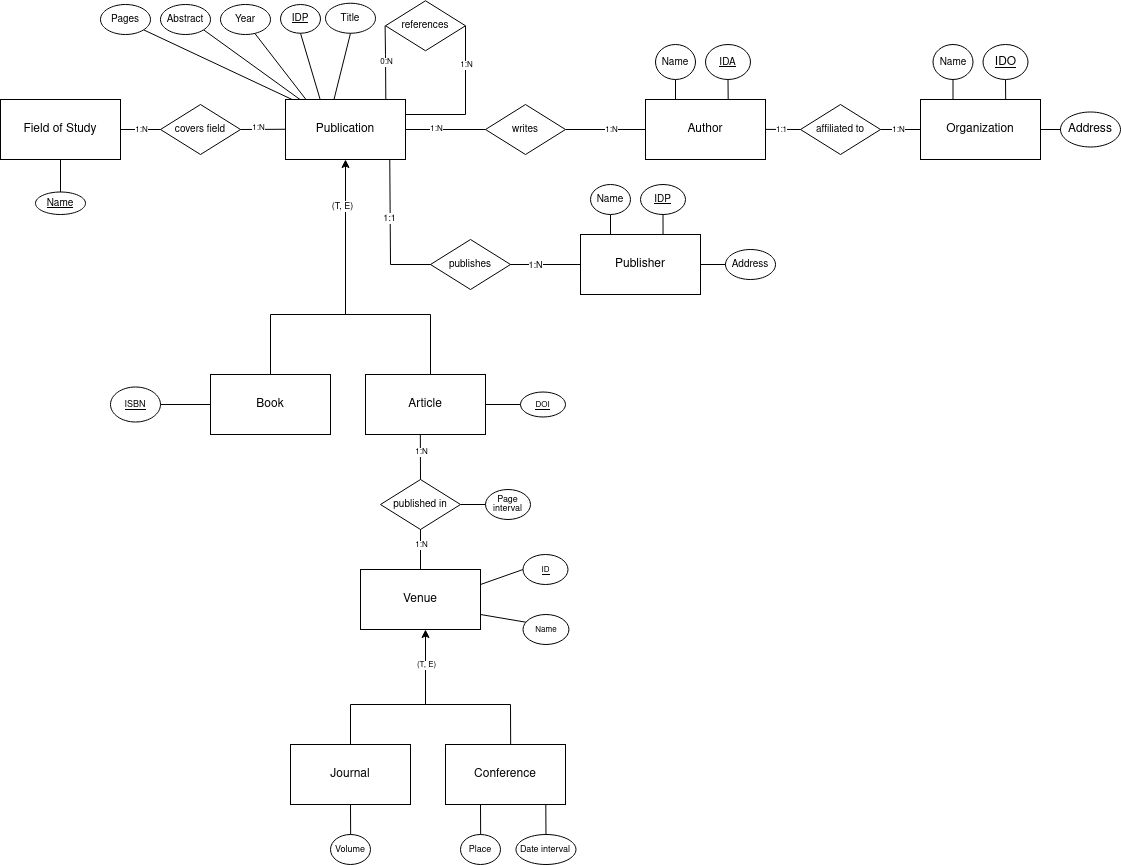
Before: schemas/ER_def.drawio.png, a diagram exported from draw.io (Eliaxie/SMBUD-NoSQL-Project). Source tidied: cells renumbered, new cells last; positions are measured from the earlier drawing's top-left corner, leaving out a move shared by most shapes.
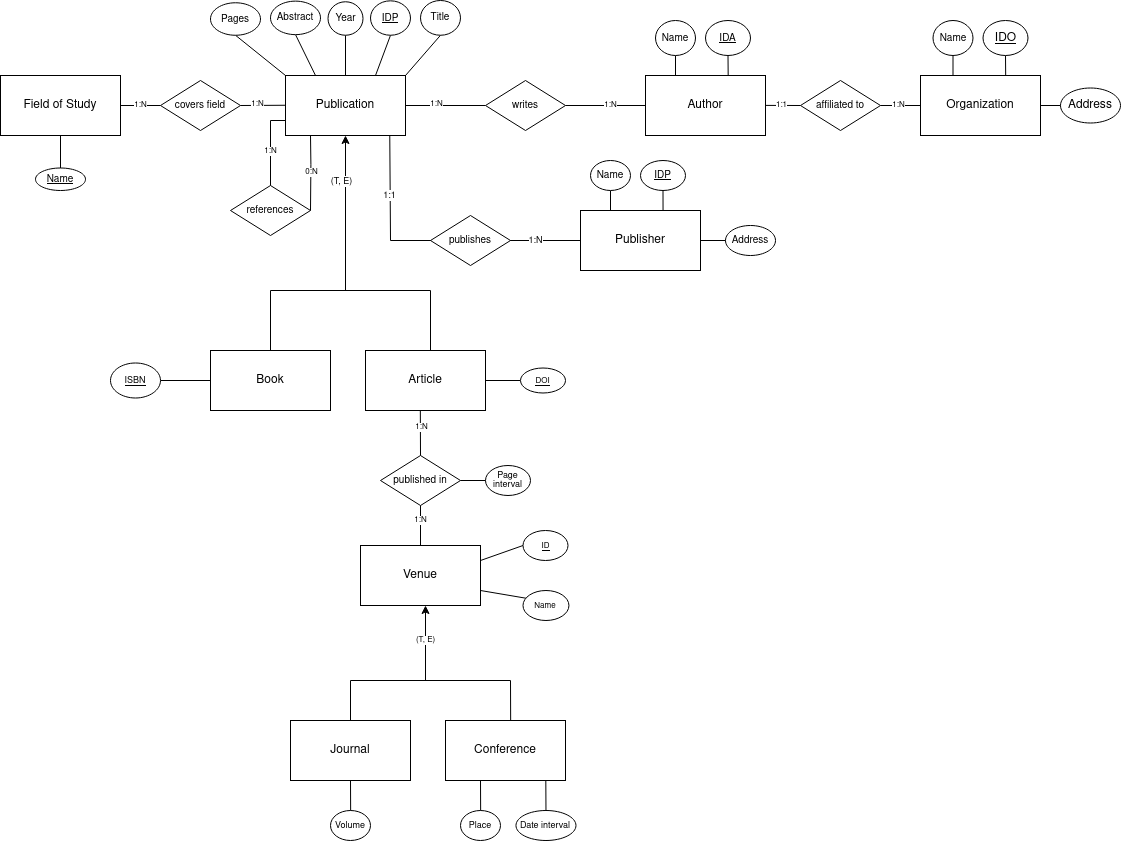
After the change.

Commit message:
edit: aesthetic change, reshaped some bubbles (attributes)

The edit, as a diff of the source:
```diff
@@ -26,17 +26,17 @@
     <mxCell id="9" value="&lt;font style=&quot;font-size: 10px;&quot;&gt;&lt;span style=&quot;&quot;&gt;&lt;u&gt;IDA&lt;/u&gt;&lt;/span&gt;&lt;/font&gt;" style="ellipse;whiteSpace=wrap;html=1;" parent="1" vertex="1">
       <mxGeometry x="705" y="44" width="45" height="35" as="geometry" />
     </mxCell>
-    <mxCell id="10" style="endArrow=none;html=1;rounded=0;entryX=0.404;entryY=0;entryDx=0;entryDy=0;exitX=0.5;exitY=1;exitDx=0;exitDy=0;entryPerimeter=0;" parent="1" edge="1" source="11" target="2">
+    <mxCell id="10" style="endArrow=none;html=1;rounded=0;entryX=1;entryY=0;entryDx=0;entryDy=0;exitX=0.5;exitY=1;exitDx=0;exitDy=0;" parent="1" edge="1" source="11" target="2">
       <mxGeometry relative="1" as="geometry" />
     </mxCell>
     <mxCell id="11" value="&lt;font style=&quot;font-size: 10px;&quot;&gt;Title&lt;/font&gt;" style="ellipse;whiteSpace=wrap;html=1;" parent="1" vertex="1">
-      <mxGeometry x="325" y="2.8" width="50" height="30" as="geometry" />
+      <mxGeometry x="420" y="24" width="40" height="34.8" as="geometry" />
     </mxCell>
-    <mxCell id="12" style="endArrow=none;html=1;rounded=0;entryX=0.171;entryY=0.001;entryDx=0;entryDy=0;exitX=0.693;exitY=0.978;exitDx=0;exitDy=0;entryPerimeter=0;exitPerimeter=0;" parent="1" edge="1" source="13" target="2">
+    <mxCell id="12" style="endArrow=none;html=1;rounded=0;entryX=0.5;entryY=0;entryDx=0;entryDy=0;exitX=0.5;exitY=1;exitDx=0;exitDy=0;" parent="1" edge="1" source="13" target="2">
       <mxGeometry relative="1" as="geometry" />
     </mxCell>
     <mxCell id="13" value="&lt;font style=&quot;font-size: 10px;&quot;&gt;Year&lt;/font&gt;" style="ellipse;whiteSpace=wrap;html=1;" parent="1" vertex="1">
-      <mxGeometry x="220" y="4" width="50" height="30" as="geometry" />
+      <mxGeometry x="327.5" y="25.3" width="35" height="33.5" as="geometry" />
     </mxCell>
     <mxCell id="14" style="endArrow=none;html=1;rounded=0;fontSize=8;exitX=1;exitY=0.5;exitDx=0;exitDy=0;entryX=0;entryY=0.5;entryDx=0;entryDy=0;" parent="1" edge="1" source="18" target="3">
       <mxGeometry relative="1" as="geometry" />
@@ -81,11 +81,11 @@
     <mxCell id="23" value="&lt;u&gt;&lt;font style=&quot;font-size: 9px;&quot;&gt;&lt;span style=&quot;&quot;&gt;ISBN&lt;/span&gt;&lt;/font&gt;&lt;/u&gt;" style="ellipse;whiteSpace=wrap;html=1;" parent="1" vertex="1">
       <mxGeometry x="110" y="386.5" width="50" height="35" as="geometry" />
     </mxCell>
-    <mxCell id="24" style="endArrow=none;html=1;rounded=0;fontSize=8;exitX=0.5;exitY=1;exitDx=0;exitDy=0;entryX=0.29;entryY=0.008;entryDx=0;entryDy=0;entryPerimeter=0;" parent="1" edge="1" source="25" target="2">
+    <mxCell id="24" style="endArrow=none;html=1;rounded=0;fontSize=8;exitX=0.5;exitY=1;exitDx=0;exitDy=0;entryX=0.75;entryY=0;entryDx=0;entryDy=0;" parent="1" edge="1" source="25" target="2">
       <mxGeometry relative="1" as="geometry" />
     </mxCell>
     <mxCell id="25" value="&lt;font style=&quot;font-size: 10px;&quot;&gt;&lt;u&gt;IDP&lt;/u&gt;&lt;/font&gt;" style="ellipse;whiteSpace=wrap;html=1;" parent="1" vertex="1">
-      <mxGeometry x="280" y="4" width="40" height="28.8" as="geometry" />
+      <mxGeometry x="370" y="24.3" width="40" height="34.5" as="geometry" />
     </mxCell>
     <mxCell id="26" value="&lt;font style=&quot;font-size: 12px;&quot;&gt;Conference&lt;/font&gt;" style="rounded=0;whiteSpace=wrap;html=1;fontSize=8;" parent="1" vertex="1">
       <mxGeometry x="445" y="744" width="120" height="60" as="geometry" />
@@ -111,10 +111,11 @@
     <mxCell id="33" value="&lt;u&gt;&lt;span style=&quot;font-size: 8px;&quot;&gt;DOI&lt;/span&gt;&lt;/u&gt;" style="ellipse;whiteSpace=wrap;html=1;" parent="1" vertex="1">
       <mxGeometry x="520" y="391.5" width="45" height="25" as="geometry" />
     </mxCell>
-    <mxCell id="34" style="endArrow=none;html=1;rounded=0;fontSize=12;entryX=-0.005;entryY=0.499;entryDx=0;entryDy=0;exitX=0.836;exitY=-0.003;exitDx=0;exitDy=0;exitPerimeter=0;labelBackgroundColor=#FFFF66;entryPerimeter=0;" parent="1" edge="1" source="2" target="49">
+    <mxCell id="34" style="endArrow=none;html=1;rounded=0;fontSize=12;exitX=1;exitY=0.5;exitDx=0;exitDy=0;labelBackgroundColor=#FFFF66;" parent="1" edge="1" source="49">
       <mxGeometry relative="1" as="geometry">
+        <mxPoint x="310" y="159" as="targetPoint" />
         <Array as="points">
-          <mxPoint x="385" y="54" />
+          <mxPoint x="310.4" y="187.8" />
         </Array>
       </mxGeometry>
     </mxCell>
@@ -123,18 +124,6 @@
         <mxPoint x="1" y="1" as="offset" />
       </mxGeometry>
     </mxCell>
-    <mxCell id="36" style="endArrow=none;html=1;rounded=0;fontSize=12;entryX=1;entryY=0.5;entryDx=0;entryDy=0;exitX=1;exitY=0.25;exitDx=0;exitDy=0;labelBackgroundColor=#FFFF66;" parent="1" edge="1" source="2" target="49">
-      <mxGeometry relative="1" as="geometry">
-        <Array as="points">
-          <mxPoint x="465" y="114" />
-        </Array>
-      </mxGeometry>
-    </mxCell>
-    <mxCell id="37" value="1:N" style="edgeLabel;html=1;align=center;verticalAlign=middle;fontSize=8;" parent="36" vertex="1">
-      <mxGeometry x="0.21" y="-1" relative="1" as="geometry">
-        <mxPoint x="-1" y="-20" as="offset" />
-      </mxGeometry>
-    </mxCell>
     <mxCell id="38" value="Publisher" style="whiteSpace=wrap;html=1;" parent="1" vertex="1">
       <mxGeometry x="580" y="234" width="120" height="60" as="geometry" />
     </mxCell>
@@ -178,7 +167,7 @@
       <mxGeometry x="725" y="249" width="50" height="30" as="geometry" />
     </mxCell>
     <mxCell id="49" value="&lt;font style=&quot;font-size: 10px;&quot;&gt;references&lt;/font&gt;" style="rhombus;whiteSpace=wrap;html=1;fontSize=8;" parent="1" vertex="1">
-      <mxGeometry x="385" y="0.2" width="80" height="50" as="geometry" />
+      <mxGeometry x="230" y="209" width="80" height="50" as="geometry" />
     </mxCell>
     <mxCell id="50" value="&lt;font style=&quot;font-size: 10px;&quot;&gt;publishes&lt;/font&gt;" style="rhombus;whiteSpace=wrap;html=1;fontSize=8;" parent="1" vertex="1">
       <mxGeometry x="430" y="239" width="80" height="50" as="geometry" />
@@ -336,17 +325,29 @@
         <mxPoint x="350" y="803.8" as="targetPoint" />
       </mxGeometry>
     </mxCell>
-    <mxCell id="88" style="endArrow=none;html=1;rounded=0;entryX=0.121;entryY=0;entryDx=0;entryDy=0;exitX=1;exitY=1;exitDx=0;exitDy=0;entryPerimeter=0;" parent="1" edge="1" source="89" target="2">
+    <mxCell id="88" style="endArrow=none;html=1;rounded=0;entryX=0.25;entryY=0;entryDx=0;entryDy=0;exitX=0.5;exitY=1;exitDx=0;exitDy=0;" parent="1" edge="1" source="89" target="2">
       <mxGeometry relative="1" as="geometry" />
     </mxCell>
     <mxCell id="89" value="&lt;font style=&quot;font-size: 10px;&quot;&gt;Abstract&lt;/font&gt;" style="ellipse;whiteSpace=wrap;html=1;" parent="1" vertex="1">
-      <mxGeometry x="160" y="4" width="50" height="30" as="geometry" />
+      <mxGeometry x="270" y="24.6" width="50" height="33.5" as="geometry" />
     </mxCell>
-    <mxCell id="90" style="endArrow=none;html=1;rounded=0;entryX=0.054;entryY=-0.001;entryDx=0;entryDy=0;exitX=1;exitY=1;exitDx=0;exitDy=0;entryPerimeter=0;" parent="1" edge="1" source="91" target="2">
+    <mxCell id="90" style="endArrow=none;html=1;rounded=0;entryX=0;entryY=0;entryDx=0;entryDy=0;exitX=0.5;exitY=1;exitDx=0;exitDy=0;" parent="1" edge="1" source="91" target="2">
       <mxGeometry relative="1" as="geometry" />
     </mxCell>
     <mxCell id="91" value="&lt;font style=&quot;font-size: 10px;&quot;&gt;Pages&lt;/font&gt;" style="ellipse;whiteSpace=wrap;html=1;" parent="1" vertex="1">
-      <mxGeometry x="100" y="4" width="50" height="30" as="geometry" />
+      <mxGeometry x="210" y="26.3" width="50" height="32.5" as="geometry" />
     </mxCell>
+    <mxCell id="36" style="endArrow=none;html=1;rounded=0;fontSize=12;labelBackgroundColor=#FFFF66;exitX=0;exitY=0.75;exitDx=0;exitDy=0;entryX=0.5;entryY=0;entryDx=0;entryDy=0;" parent="1" edge="1" source="2" target="49">
+      <mxGeometry relative="1" as="geometry">
+        <Array as="points">
+          <mxPoint x="270" y="144" />
+        </Array>
+      </mxGeometry>
+    </mxCell>
+    <mxCell id="37" value="1:N" style="edgeLabel;html=1;align=center;verticalAlign=middle;fontSize=8;" parent="36" vertex="1">
+      <mxGeometry x="0.21" y="-1" relative="1" as="geometry">
+        <mxPoint x="1" y="-3" as="offset" />
+      </mxGeometry>
+    </mxCell>
   </root>
 </mxGraphModel>
```
